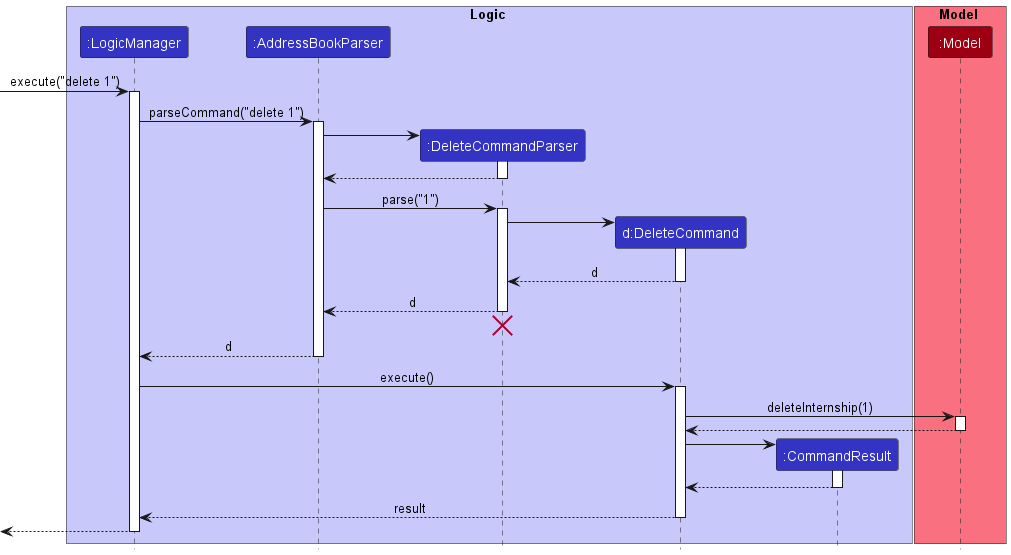
Above: docs/images/DeleteSequenceDiagram.png in nus-cs2103-AY2223S1/tp (PlantUML), before the change.
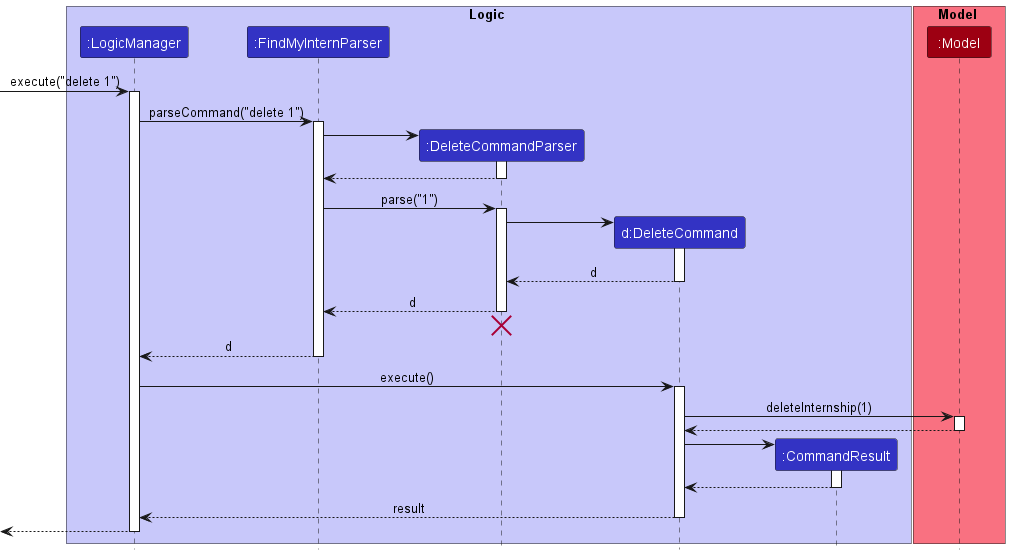
After the change.

Change to the diagram source:
```diff
@@ -3,7 +3,7 @@
 
 box Logic LOGIC_COLOR_T1
 participant ":LogicManager" as LogicManager LOGIC_COLOR
-participant ":AddressBookParser" as AddressBookParser LOGIC_COLOR
+participant ":FindMyInternParser" as FindMyInternParser LOGIC_COLOR
 participant ":DeleteCommandParser" as DeleteCommandParser LOGIC_COLOR
 participant "d:DeleteCommand" as DeleteCommand LOGIC_COLOR
 participant ":CommandResult" as CommandResult LOGIC_COLOR
@@ -16,17 +16,17 @@
 [-> LogicManager : execute("delete 1")
 activate LogicManager
 
-LogicManager -> AddressBookParser : parseCommand("delete 1")
-activate AddressBookParser
+LogicManager -> FindMyInternParser : parseCommand("delete 1")
+activate FindMyInternParser
 
 create DeleteCommandParser
-AddressBookParser -> DeleteCommandParser
+FindMyInternParser -> DeleteCommandParser
 activate DeleteCommandParser
 
-DeleteCommandParser --> AddressBookParser
+DeleteCommandParser --> FindMyInternParser
 deactivate DeleteCommandParser
 
-AddressBookParser -> DeleteCommandParser : parse("1")
+FindMyInternParser -> DeleteCommandParser : parse("1")
 activate DeleteCommandParser
 
 create DeleteCommand
@@ -36,13 +36,13 @@
 DeleteCommand --> DeleteCommandParser : d
 deactivate DeleteCommand
 
-DeleteCommandParser --> AddressBookParser : d
+DeleteCommandParser --> FindMyInternParser : d
 deactivate DeleteCommandParser
-DeleteCommandParser -[hidden]-> AddressBookParser
+DeleteCommandParser -[hidden]-> FindMyInternParser
 destroy DeleteCommandParser
 
-AddressBookParser --> LogicManager : d
-deactivate AddressBookParser
+FindMyInternParser --> LogicManager : d
+deactivate FindMyInternParser
 
 LogicManager -> DeleteCommand : execute()
 activate DeleteCommand
```
